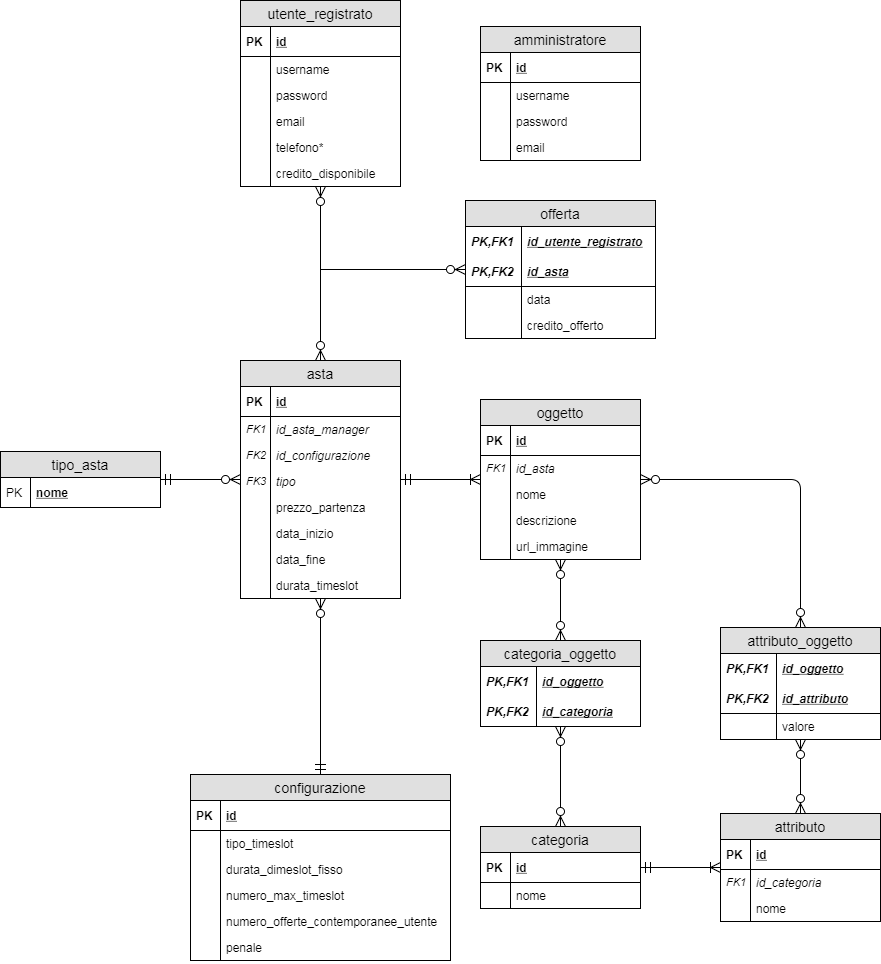
The draw.io diagram Documentazione/Progettazione/Database/Progettazione logica/Relational Model Diagram.png in UnimibSoftEngCourse1920/progetto-aste-2-gruppo-aste-2, before a commit. Source tidied: cells renumbered, new cells last; positions are measured from the earlier drawing's top-left corner, leaving out a move shared by most shapes.
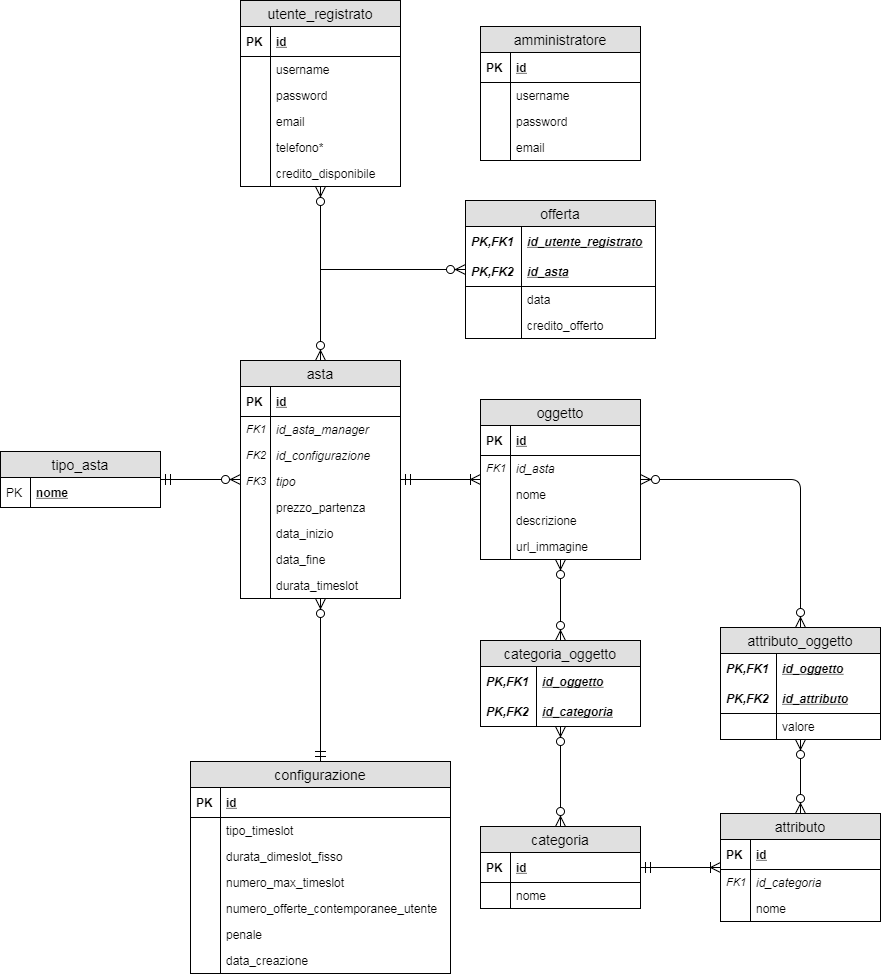
Later version of the same file.

Diff of the diagram source:
```diff
@@ -147,7 +147,7 @@
       <mxGeometry width="56" height="26" as="geometry" />
     </mxCell>
     <mxCell id="50" value="configurazione" style="swimlane;fontStyle=0;horizontal=1;startSize=26;fillColor=#e0e0e0;swimlaneFillColor=#ffffff;align=center;fontSize=14;" parent="1" vertex="1">
-      <mxGeometry x="190" y="774" width="260" height="186" as="geometry" />
+      <mxGeometry x="190" y="761" width="260" height="212" as="geometry" />
     </mxCell>
     <mxCell id="51" value="id" style="shape=partialRectangle;top=0;left=0;right=0;bottom=1;align=left;verticalAlign=middle;fillColor=none;spacingLeft=34;spacingRight=4;overflow=hidden;fontStyle=5;fontSize=12;" parent="50" vertex="1">
       <mxGeometry y="26" width="260" height="30" as="geometry" />
@@ -185,6 +185,12 @@
     <mxCell id="62" style="shape=partialRectangle;top=0;left=0;bottom=0;fillColor=none;align=left;verticalAlign=top;spacingLeft=4;spacingRight=4;overflow=hidden;fontSize=12;" parent="61" vertex="1">
       <mxGeometry width="30" height="26" as="geometry" />
     </mxCell>
+    <mxCell id="111" value="data_creazione" style="shape=partialRectangle;top=0;left=0;right=0;bottom=0;align=left;verticalAlign=top;fillColor=none;spacingLeft=34;spacingRight=4;overflow=hidden;fontSize=12;" parent="50" vertex="1">
+      <mxGeometry y="186" width="260" height="26" as="geometry" />
+    </mxCell>
+    <mxCell id="112" style="shape=partialRectangle;top=0;left=0;bottom=0;fillColor=none;align=left;verticalAlign=top;spacingLeft=4;spacingRight=4;overflow=hidden;fontSize=12;" parent="111" vertex="1">
+      <mxGeometry width="30" height="26" as="geometry" />
+    </mxCell>
     <mxCell id="63" value="oggetto" style="swimlane;fontStyle=0;horizontal=1;startSize=26;fillColor=#e0e0e0;swimlaneFillColor=#ffffff;align=center;fontSize=14;" parent="1" vertex="1">
       <mxGeometry x="480" y="399" width="160" height="160" as="geometry" />
     </mxCell>
```
